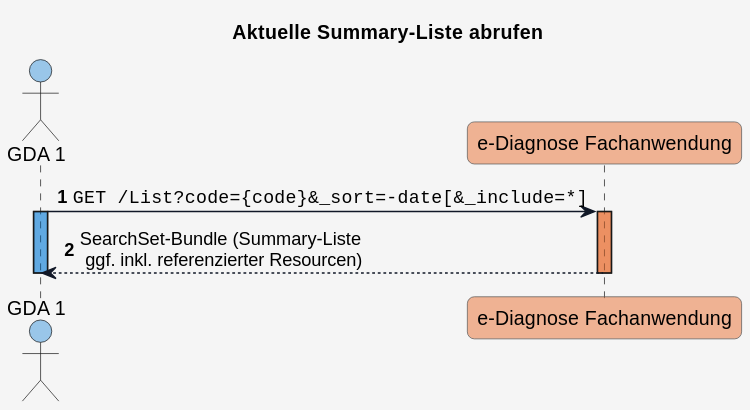
Before: input/images/plantuml/read_summary_list.svg, a diagram exported from PlantUML (HL7Austria/ELGA-e-Diagnose-R4). The source it was exported from:
```plantuml
@startuml
title Aktuelle Summary-Liste abrufen

skinparam borderColor #000000
skinparam backgroundColor #f5f5f5
skinparam shadowing false
skinparam roundCorner 10
skinparam defaultFontName "Arial"
skinparam defaultFontSize 14
skinparam defaultFontColor #000000

skinparam note {
  BackgroundColor #e0e5f0-#d1d9e6
  BorderColor #8b95a5
  BorderThickness 1
  RoundCorner 8
  Padding 6
  FontColor #111827
  Shadowing true
}

skinparam HyperlinkColor #0000EE
skinparam HyperlinkUnderline false

skinparam sequence {
  ParticipantBorderColor #555555
  ParticipantBackgroundColor #ffffff
  ParticipantFontColor #000000
  ParticipantFontSize 14
  ParticipantPadding 20
  ArrowColor #111827
  ArrowThickness 1
  ArrowFontColor #000000
  ArrowFontSize 13
  GroupBorderColor #111827
  GroupBackgroundColor #eef2ff
  GroupBorderThickness 2
}

!define COLOR_GDA_1    #0078D460
!define COLOR_GDA_2    #8764B860
!define COLOR_PATIENT  #00950560
!define COLOR_APO      #00B7C360
!define COLOR_DIAG_FA  #E9713280
!define COLOR_E_REZEPT #E7485660

!define COLOR_OK       #50E6FF25
!define COLOR_ERROR    #FF8C0035

actor GDA_1 as "GDA 1" COLOR_GDA_1
participant eDiag_FA as "e-Diagnose Fachanwendung" COLOR_DIAG_FA

autonumber

GDA_1 -> eDiag_FA: ""GET /List?code={code}&_sort=-date[&_include=*]""
activate GDA_1 COLOR_GDA_1
activate eDiag_FA COLOR_DIAG_FA

eDiag_FA --> GDA_1: SearchSet-Bundle (Summary-Liste\n ggf. inkl. referenzierter Resourcen)

deactivate GDA_1
deactivate eDiag_FA
@enduml
```
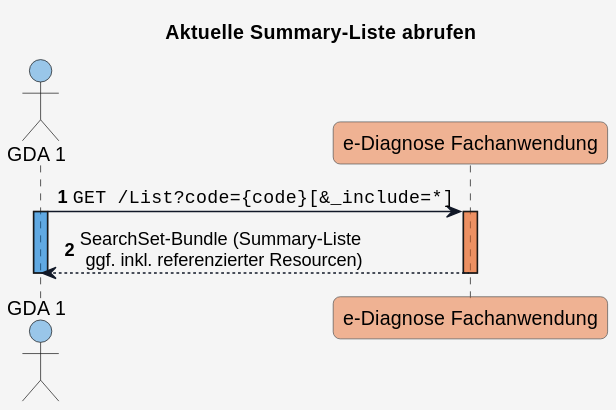
Above is the later version.

Commit message:
Remove _sort parameter

Diff of the diagram source:
```diff
@@ -52,7 +52,7 @@
 
 autonumber
 
-GDA_1 -> eDiag_FA: ""GET /List?code={code}&_sort=-date[&_include=*]""
+GDA_1 -> eDiag_FA: ""GET /List?code={code}[&_include=*]""
 activate GDA_1 COLOR_GDA_1
 activate eDiag_FA COLOR_DIAG_FA
 
```
